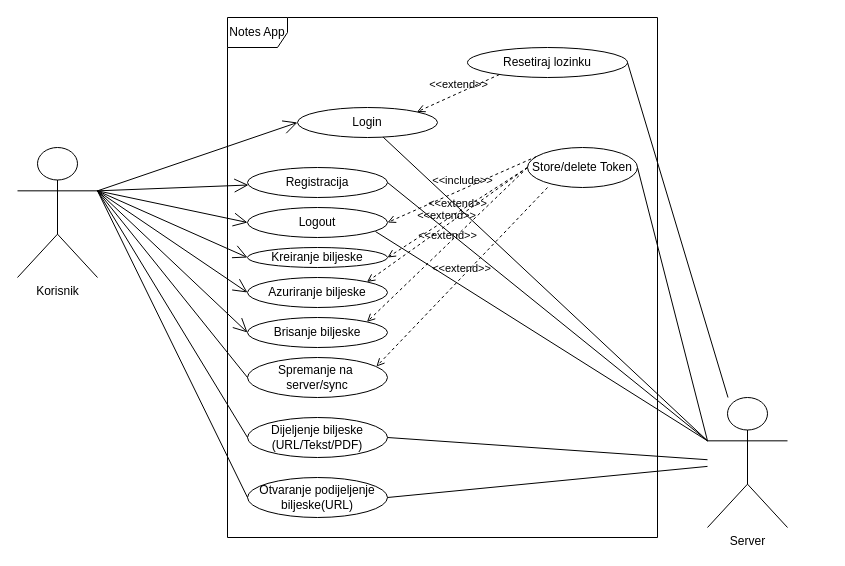
Earlier version of the draw.io diagram NotesApp.drawio.xml (eedke/PIS-notes). Source tidied: cells renumbered, new cells numbered last; positions are measured from the earlier drawing's top-left corner, leaving out a move shared by most shapes. Both pictures are drawn from the tidied source at 100%, with x=0, y=0 at pixel (17, 17).
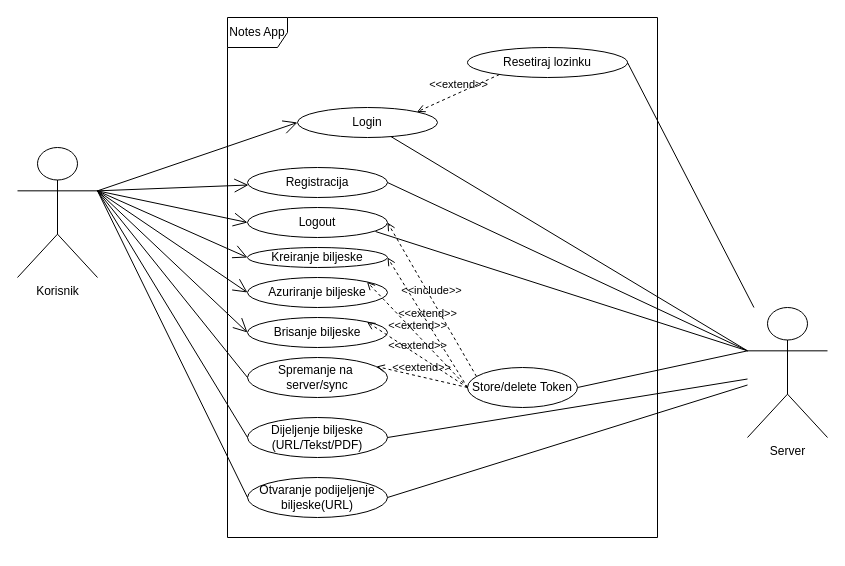
The same diagram, later.

Commit message:
Reorder everything so it's easier to look at

Unchanged cells that the change refers to:
```xml
<mxCell id="11" value="Spremanje na&amp;nbsp;&lt;br&gt;server/sync" style="ellipse;whiteSpace=wrap;html=1;" parent="1" vertex="1">
  <mxGeometry x="230" y="340" width="140" height="40" as="geometry" />
</mxCell>
```

Change to the diagram source:
```diff
@@
     <mxCell id="4" value="Server" style="shape=umlActor;verticalLabelPosition=bottom;verticalAlign=top;html=1;" parent="1" vertex="1">
-      <mxGeometry x="690" y="380" width="80" height="130" as="geometry" />
+      <mxGeometry x="730" y="290" width="80" height="130" as="geometry" />
     </mxCell>
@@
     <mxCell id="18" value="Store/delete Token" style="ellipse;whiteSpace=wrap;html=1;" parent="1" vertex="1">
-      <mxGeometry x="510" y="130" width="110" height="40" as="geometry" />
+      <mxGeometry x="450" y="350" width="110" height="40" as="geometry" />
     </mxCell>
@@
-    <mxCell id="26" value="&amp;lt;&amp;lt;extend&amp;gt;&amp;gt;" style="html=1;verticalAlign=bottom;labelBackgroundColor=none;endArrow=open;endFill=0;dashed=1;rounded=0;entryX=0.921;entryY=0.225;entryDx=0;entryDy=0;exitX=0.182;exitY=1;exitDx=0;exitDy=0;exitPerimeter=0;entryPerimeter=0;" parent="1" edge="1" source="18" target="11">
+    <mxCell id="26" value="&amp;lt;&amp;lt;extend&amp;gt;&amp;gt;" style="html=1;verticalAlign=bottom;labelBackgroundColor=none;endArrow=open;endFill=0;dashed=1;rounded=0;entryX=0.921;entryY=0.225;entryDx=0;entryDy=0;exitX=0;exitY=0.5;exitDx=0;exitDy=0;entryPerimeter=0;" parent="1" edge="1" source="18" target="11">
       <mxGeometry relative="1" as="geometry" />
     </mxCell>
```
